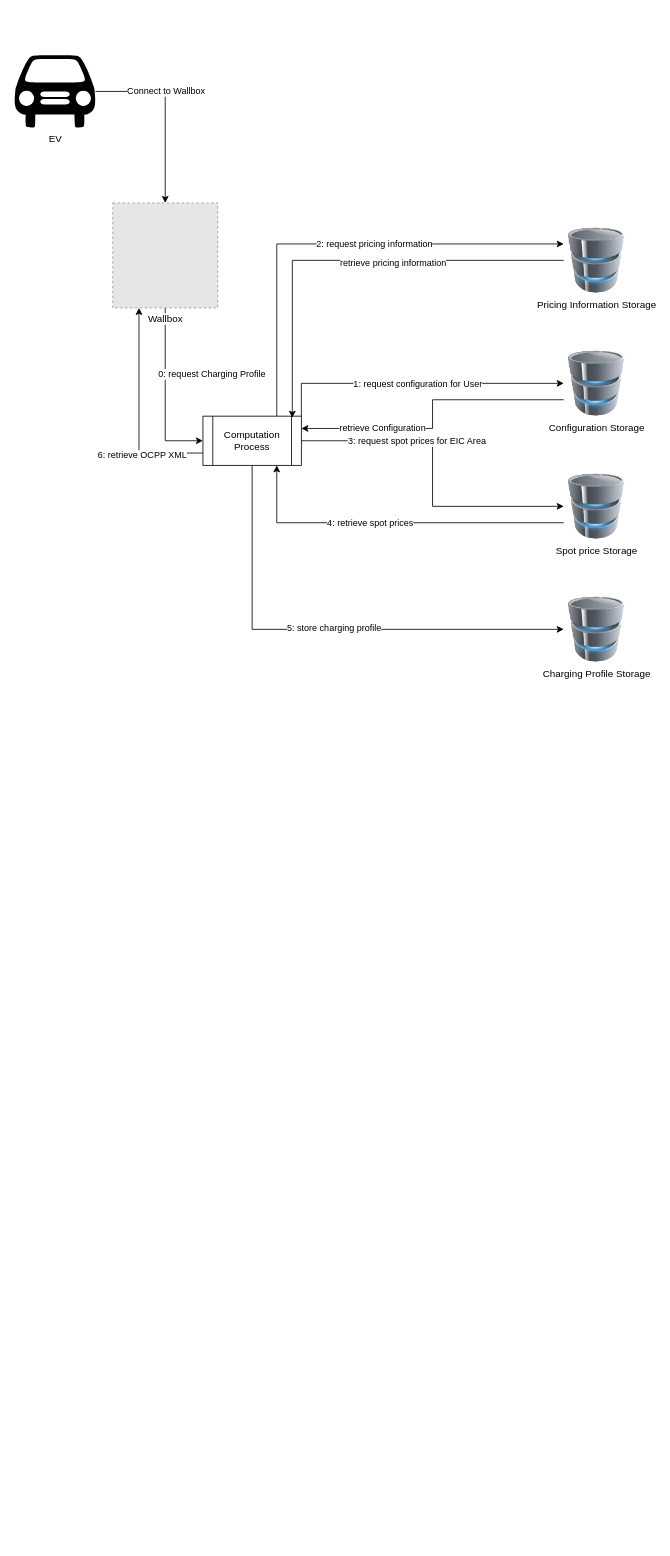
mmmimi/Masterarbeit_DrawIO keeps this draw.io diagram as DataFlow.drawio. Above is the earlier version. Source tidied: cells renumbered, new cells numbered last; positions are measured from the earlier drawing's top-left corner, leaving out a move shared by most shapes. Both pictures are drawn from the tidied source at 82%, with x=0, y=0 at pixel (14, 55). Pictures stored in the file or linked from it are replaced by grey dashed boxes.
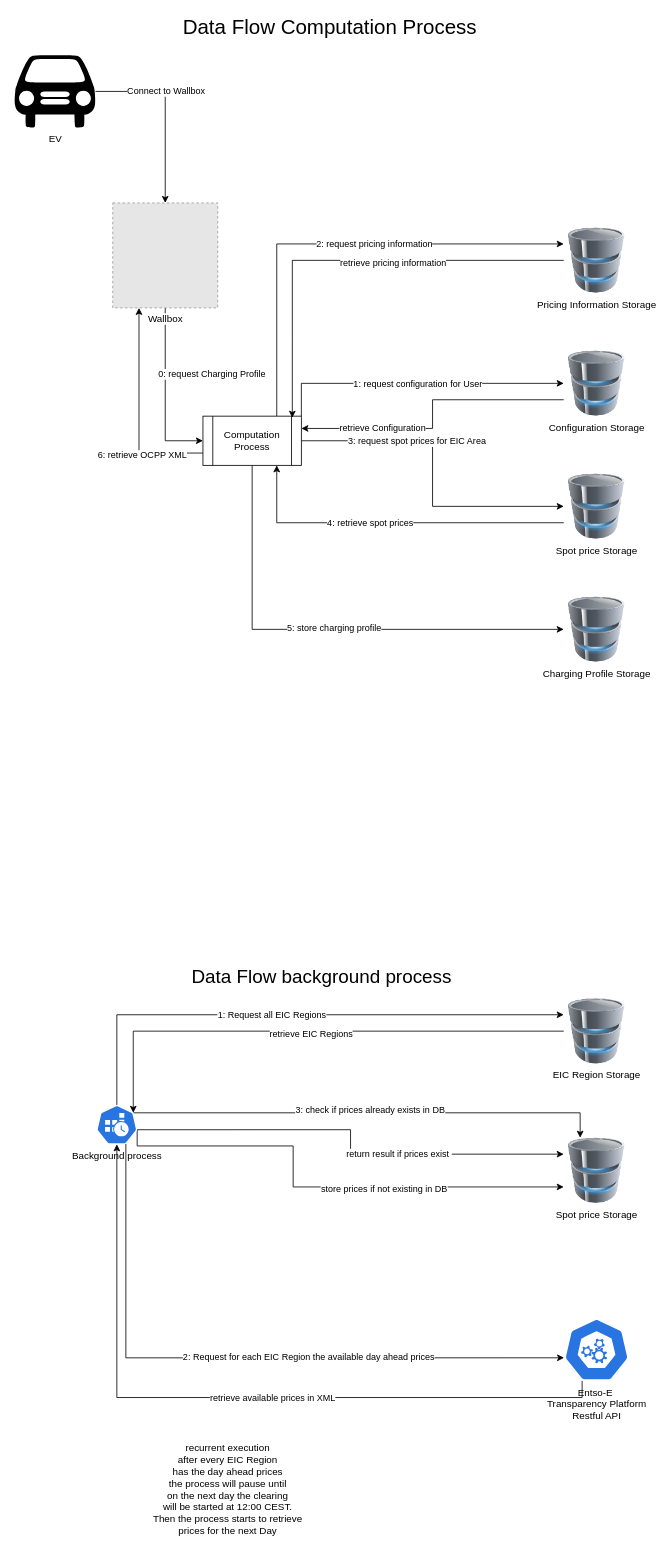
After the change.

Change to the diagram source:
```diff
@@
+    <mxCell id="29" style="edgeStyle=orthogonalEdgeStyle;rounded=0;jettySize=auto;html=1;entryX=0;entryY=0.25;entryDx=0;entryDy=0;" parent="1" edge="1" source="37" target="38">
+      <mxGeometry relative="1" as="geometry">
+        <Array as="points">
+          <mxPoint x="125" y="1170" />
+        </Array>
+      </mxGeometry>
+    </mxCell>
+    <mxCell id="30" value="1: Request all EIC Regions" style="edgeLabel;html=1;align=center;verticalAlign=middle;" parent="29" vertex="1">
+      <mxGeometry x="-0.09" y="1" relative="1" as="geometry" />
+    </mxCell>
+    <mxCell id="31" style="edgeStyle=orthogonalEdgeStyle;rounded=0;jettySize=auto;html=1;exitX=0.9;exitY=0.2;exitDx=0;exitDy=0;exitPerimeter=0;entryX=0.25;entryY=0;entryDx=0;entryDy=0;" parent="1" edge="1" source="37" target="42">
+      <mxGeometry relative="1" as="geometry" />
+    </mxCell>
+    <mxCell id="32" value="3: check if prices already exists in DB" style="edgeLabel;html=1;align=center;verticalAlign=middle;" parent="31" vertex="1">
+      <mxGeometry y="4" relative="1" as="geometry" />
+    </mxCell>
+    <mxCell id="33" style="edgeStyle=orthogonalEdgeStyle;rounded=0;jettySize=auto;html=1;exitX=0.995;exitY=0.63;exitDx=0;exitDy=0;exitPerimeter=0;entryX=0;entryY=0.25;entryDx=0;entryDy=0;" parent="1" edge="1" source="37" target="42">
+      <mxGeometry relative="1" as="geometry" />
+    </mxCell>
+    <mxCell id="34" value="return result if prices exist&amp;nbsp;" style="edgeLabel;html=1;align=center;verticalAlign=middle;" parent="33" vertex="1">
+      <mxGeometry x="0.27" y="1" relative="1" as="geometry" />
+    </mxCell>
+    <mxCell id="35" style="edgeStyle=orthogonalEdgeStyle;rounded=0;jettySize=auto;html=1;exitX=0.995;exitY=0.63;exitDx=0;exitDy=0;exitPerimeter=0;entryX=0;entryY=0.75;entryDx=0;entryDy=0;" parent="1" edge="1" source="37" target="42">
+      <mxGeometry relative="1" as="geometry">
+        <Array as="points">
+          <mxPoint x="150" y="1330" />
+          <mxPoint x="340" y="1330" />
+          <mxPoint x="340" y="1380" />
+        </Array>
+      </mxGeometry>
+    </mxCell>
+    <mxCell id="36" value="store prices if not existing in DB" style="edgeLabel;html=1;align=center;verticalAlign=middle;" parent="35" vertex="1">
+      <mxGeometry x="0.08" y="-2" relative="1" as="geometry">
+        <mxPoint x="51" as="offset" />
+      </mxGeometry>
+    </mxCell>
+    <mxCell id="37" value="Background process" style="sketch=0;html=1;dashed=0;whitespace=wrap;verticalLabelPosition=bottom;verticalAlign=top;fillColor=#2875E2;strokeColor=#ffffff;points=[[0.005,0.63,0],[0.1,0.2,0],[0.9,0.2,0],[0.5,0,0],[0.995,0.63,0],[0.72,0.99,0],[0.5,1,0],[0.28,0.99,0]];shape=mxgraph.kubernetes.icon2;prIcon=cronjob;" parent="1" vertex="1">
+      <mxGeometry x="100" y="1280" width="50" height="48" as="geometry" />
+    </mxCell>
+    <mxCell id="38" value="EIC Region Storage" style="image;html=1;image=img/lib/clip_art/computers/Database_128x128.png;" parent="1" vertex="1">
+      <mxGeometry x="670" y="1150" width="80" height="80" as="geometry" />
+    </mxCell>
+    <mxCell id="39" style="edgeStyle=orthogonalEdgeStyle;rounded=0;jettySize=auto;html=1;exitX=0.28;exitY=0.99;exitDx=0;exitDy=0;exitPerimeter=0;" parent="1" edge="1" source="41" target="37">
+      <mxGeometry relative="1" as="geometry" />
+    </mxCell>
+    <mxCell id="40" value="retrieve available prices in XML" style="edgeLabel;html=1;align=center;verticalAlign=middle;" parent="39" vertex="1">
+      <mxGeometry x="-0.11" y="1" relative="1" as="geometry" />
+    </mxCell>
+    <mxCell id="41" value="Entso-E&amp;nbsp;&lt;div&gt;Transparency Platform&lt;/div&gt;&lt;div&gt;Restful API&lt;/div&gt;" style="sketch=0;html=1;dashed=0;whitespace=wrap;verticalLabelPosition=bottom;verticalAlign=top;fillColor=#2875E2;strokeColor=#ffffff;points=[[0.005,0.63,0],[0.1,0.2,0],[0.9,0.2,0],[0.5,0,0],[0.995,0.63,0],[0.72,0.99,0],[0.5,1,0],[0.28,0.99,0]];shape=mxgraph.kubernetes.icon2;prIcon=api;" parent="1" vertex="1">
+      <mxGeometry x="670" y="1540" width="80" height="76.8" as="geometry" />
+    </mxCell>
+    <mxCell id="42" value="Spot price Storage" style="image;html=1;image=img/lib/clip_art/computers/Database_128x128.png;" parent="1" vertex="1">
+      <mxGeometry x="670" y="1320" width="80" height="80" as="geometry" />
+    </mxCell>
+    <mxCell id="43" style="edgeStyle=orthogonalEdgeStyle;rounded=0;jettySize=auto;html=1;exitX=0;exitY=0.5;exitDx=0;exitDy=0;entryX=0.9;entryY=0.2;entryDx=0;entryDy=0;entryPerimeter=0;" parent="1" edge="1" source="38" target="37">
+      <mxGeometry relative="1" as="geometry" />
+    </mxCell>
+    <mxCell id="44" value="retrieve EIC Regions" style="edgeLabel;html=1;align=center;verticalAlign=middle;" parent="43" vertex="1">
+      <mxGeometry x="-0.01" y="3" relative="1" as="geometry" />
+    </mxCell>
+    <mxCell id="45" style="edgeStyle=orthogonalEdgeStyle;rounded=0;jettySize=auto;html=1;exitX=0.72;exitY=0.99;exitDx=0;exitDy=0;exitPerimeter=0;entryX=0.005;entryY=0.63;entryDx=0;entryDy=0;entryPerimeter=0;" parent="1" edge="1" source="37" target="41">
+      <mxGeometry relative="1" as="geometry" />
+    </mxCell>
+    <mxCell id="46" value="2: Request for each EIC Region the available day ahead prices" style="edgeLabel;html=1;align=center;verticalAlign=middle;" parent="45" vertex="1">
+      <mxGeometry x="0.08" y="1" relative="1" as="geometry">
+        <mxPoint x="54" as="offset" />
+      </mxGeometry>
+    </mxCell>
+    <mxCell id="47" value="Data Flow background process" style="text;html=1;align=center;verticalAlign=middle;whiteSpace=wrap;rounded=0;fontSize=23;" parent="1" vertex="1">
+      <mxGeometry x="180" y="1109" width="390" height="30" as="geometry" />
+    </mxCell>
+    <mxCell id="48" value="Data Flow Computation Process" style="text;html=1;align=center;verticalAlign=middle;whiteSpace=wrap;rounded=0;fontSize=25;" parent="1" vertex="1">
+      <mxGeometry x="190" y="-50" width="390" height="30" as="geometry" />
+    </mxCell>
+    <mxCell id="49" value="recurrent execution&lt;div&gt;after every EIC Region&lt;/div&gt;&lt;div&gt;has the day ahead prices&lt;/div&gt;&lt;div&gt;the process will pause until&lt;/div&gt;&lt;div&gt;on the next day the clearing&lt;/div&gt;&lt;div&gt;will be started at 12:00 CEST.&lt;/div&gt;&lt;div&gt;Then the process starts to retrieve&lt;/div&gt;&lt;div&gt;prices for the next Day&lt;/div&gt;" style="text;html=1;align=center;verticalAlign=middle;strokeColor=none;fillColor=none;" parent="1" vertex="1">
+      <mxGeometry x="155" y="1684" width="210" height="130" as="geometry" />
+    </mxCell>
```
